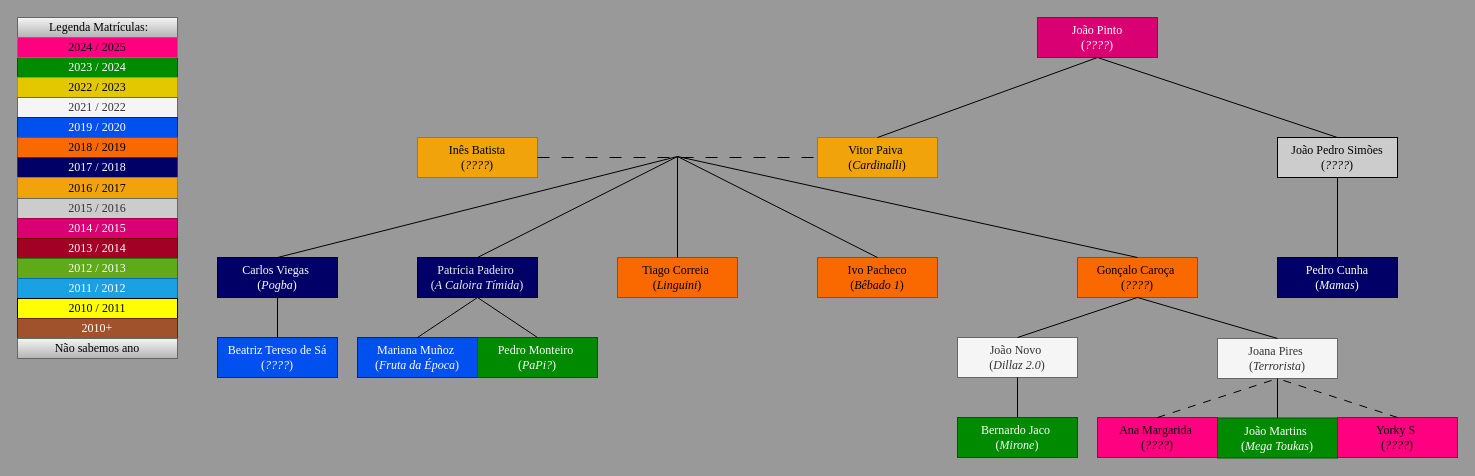
Earlier version of the draw.io diagram Draw.io/Familia_do_João_Pinto.drawio (pdmtmr/PDMTMRTESTLOCATION-AKA-ARBUSTO). Source tidied: cells renumbered, new cells numbered last; positions are measured from the earlier drawing's top-left corner, leaving out a move shared by most shapes. Both pictures are drawn from the tidied source at 100%, with x=0, y=0 at pixel (17, 17).
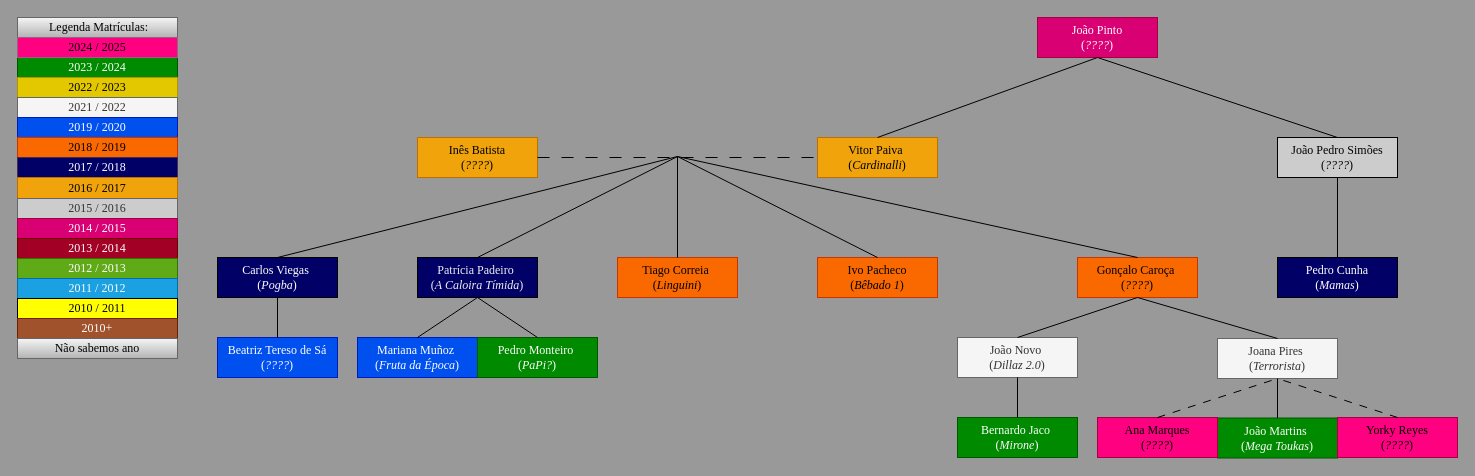
After the change.

Diff of the diagram source:
```diff
@@
-    <mxCell id="52" value="&lt;div&gt;&lt;/div&gt;&lt;div&gt;Yorky S&amp;nbsp;&lt;br&gt;(&lt;i&gt;&lt;font&gt;????&lt;/font&gt;&lt;/i&gt;)&lt;/div&gt;" style="rounded=0;whiteSpace=wrap;html=1;fillColor=#FF0080;fontColor=#000000;strokeColor=#A50040;fontFamily=Times New Roman;" parent="1" vertex="1">
+    <mxCell id="52" value="&lt;div&gt;&lt;/div&gt;&lt;div&gt;Yorky Reyes&lt;br&gt;(&lt;i&gt;&lt;font&gt;????&lt;/font&gt;&lt;/i&gt;)&lt;/div&gt;" style="rounded=0;whiteSpace=wrap;html=1;fillColor=#FF0080;fontColor=#000000;strokeColor=#A50040;fontFamily=Times New Roman;" parent="1" vertex="1">
       <mxGeometry x="1320" y="400" width="120" height="40" as="geometry" />
     </mxCell>
@@
-    <mxCell id="54" value="&lt;div&gt;&lt;/div&gt;&lt;div&gt;Ana Margarida&amp;nbsp;&lt;br&gt;(&lt;i&gt;&lt;font&gt;????&lt;/font&gt;&lt;/i&gt;)&lt;/div&gt;" style="rounded=0;whiteSpace=wrap;html=1;fillColor=#FF0080;fontColor=#000000;strokeColor=#A50040;fontFamily=Times New Roman;" parent="1" vertex="1">
+    <mxCell id="54" value="&lt;div&gt;&lt;/div&gt;&lt;div&gt;Ana Marques&lt;br&gt;(&lt;i&gt;&lt;font&gt;????&lt;/font&gt;&lt;/i&gt;)&lt;/div&gt;" style="rounded=0;whiteSpace=wrap;html=1;fillColor=#FF0080;fontColor=#000000;strokeColor=#A50040;fontFamily=Times New Roman;" parent="1" vertex="1">
       <mxGeometry x="1080" y="400" width="120" height="40" as="geometry" />
     </mxCell>
```
